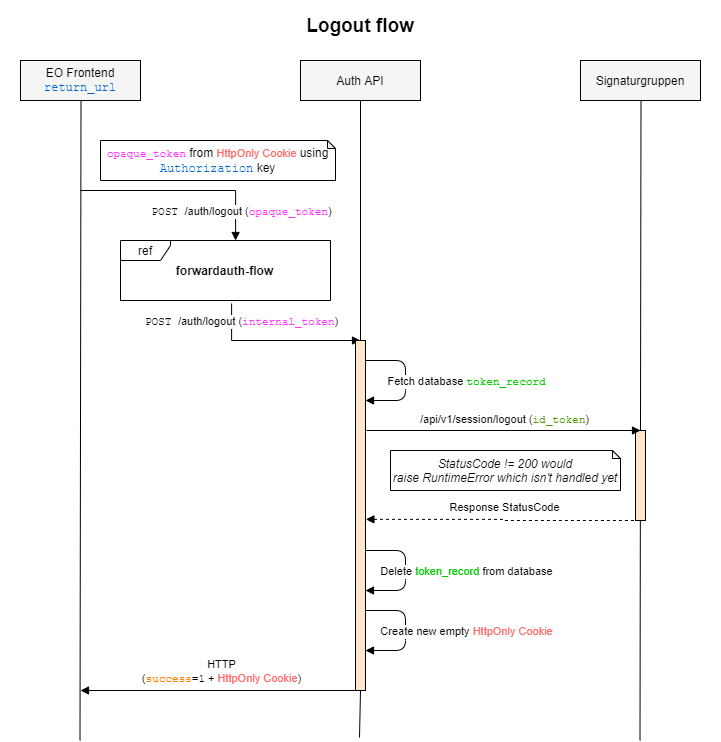
MartinSchmidt/eo-auth keeps this draw.io diagram as doc/diagrams/logout-flow.drawio.png. Above is the earlier version. Source tidied: cells renumbered, new cells last; positions are measured from the earlier drawing's top-left corner, leaving out a move shared by most shapes. The source it was exported from:
```xml
<mxGraphModel>
  <root>
    <mxCell id="0" />
    <mxCell id="1" parent="0" />
    <mxCell id="2" style="rounded=0;whiteSpace=wrap;html=1;labelBackgroundColor=none;fontFamily=Helvetica;fontColor=#00CCCC;strokeColor=none;fillColor=#FFFFFF;align=left;" parent="1" vertex="1">
      <mxGeometry width="720" height="740" as="geometry" />
    </mxCell>
    <mxCell id="3" value="Auth API" style="rounded=0;whiteSpace=wrap;html=1;fillColor=#F5F5F5;" parent="1" vertex="1">
      <mxGeometry x="300" y="60" width="120" height="40" as="geometry" />
    </mxCell>
    <mxCell id="4" style="rounded=0;jettySize=auto;html=1;exitX=0.5;exitY=1;exitDx=0;exitDy=0;strokeColor=default;endArrow=none;endFill=0;startArrow=none;" parent="1" edge="1" source="26">
      <mxGeometry relative="1" as="geometry">
        <mxPoint x="359" y="737" as="targetPoint" />
      </mxGeometry>
    </mxCell>
    <mxCell id="5" value="Signaturgruppen" style="rounded=0;whiteSpace=wrap;html=1;fillColor=#F5F5F5;" parent="1" vertex="1">
      <mxGeometry x="580" y="60" width="120" height="40" as="geometry" />
    </mxCell>
    <mxCell id="6" style="edgeStyle=orthogonalEdgeStyle;rounded=1;orthogonalLoop=1;jettySize=auto;html=1;endArrow=block;endFill=1;strokeColor=default;" parent="1" edge="1">
      <mxGeometry relative="1" as="geometry">
        <mxPoint x="365" y="360" as="sourcePoint" />
        <mxPoint x="365" y="400" as="targetPoint" />
        <Array as="points">
          <mxPoint x="405" y="360" />
          <mxPoint x="405" y="400" />
        </Array>
      </mxGeometry>
    </mxCell>
    <mxCell id="7" value="&lt;font face=&quot;Helvetica&quot;&gt;Fetch database &lt;/font&gt;&lt;font color=&quot;#00cc00&quot;&gt;token_record&lt;/font&gt;&lt;font face=&quot;Helvetica&quot;&gt;&lt;br&gt;&lt;/font&gt;" style="edgeLabel;html=1;align=center;verticalAlign=middle;fontFamily=Courier New;" parent="6" vertex="1">
      <mxGeometry x="0.18" y="3" relative="1" as="geometry">
        <mxPoint x="57" y="-11" as="offset" />
      </mxGeometry>
    </mxCell>
    <mxCell id="8" style="edgeStyle=orthogonalEdgeStyle;rounded=1;orthogonalLoop=1;jettySize=auto;html=1;endArrow=block;endFill=1;strokeColor=default;" parent="1" edge="1">
      <mxGeometry relative="1" as="geometry">
        <mxPoint x="365" y="550" as="sourcePoint" />
        <mxPoint x="365" y="590" as="targetPoint" />
        <Array as="points">
          <mxPoint x="405" y="550" />
          <mxPoint x="405" y="590" />
        </Array>
      </mxGeometry>
    </mxCell>
    <mxCell id="9" value="&lt;font face=&quot;Helvetica&quot;&gt;Delete &lt;font color=&quot;#00cc00&quot;&gt;token_record&lt;/font&gt; from database&lt;br&gt;&lt;/font&gt;" style="edgeLabel;html=1;align=center;verticalAlign=middle;fontFamily=Courier New;" parent="8" vertex="1">
      <mxGeometry x="0.18" y="3" relative="1" as="geometry">
        <mxPoint x="57" y="-11" as="offset" />
      </mxGeometry>
    </mxCell>
    <mxCell id="10" style="edgeStyle=orthogonalEdgeStyle;rounded=0;jettySize=auto;html=1;endArrow=block;endFill=1;strokeColor=default;entryX=0.548;entryY=0;entryDx=0;entryDy=0;entryPerimeter=0;" parent="1" edge="1" target="14">
      <mxGeometry relative="1" as="geometry">
        <mxPoint x="80" y="190" as="sourcePoint" />
      </mxGeometry>
    </mxCell>
    <mxCell id="11" value="&lt;font face=&quot;Courier New&quot;&gt;POST&amp;nbsp;&lt;/font&gt;/auth/logout (&lt;span style=&quot;color: rgb(255 , 51 , 255) ; font-family: &amp;#34;courier new&amp;#34;&quot;&gt;opaque_token&lt;/span&gt;)" style="edgeLabel;html=1;align=center;verticalAlign=middle;" parent="10" vertex="1">
      <mxGeometry x="-0.07" y="-1" relative="1" as="geometry">
        <mxPoint x="65" y="19" as="offset" />
      </mxGeometry>
    </mxCell>
    <mxCell id="12" value="&lt;span style=&quot;color: rgb(255 , 51 , 255) ; font-family: &amp;#34;courier new&amp;#34; ; font-size: 11px ; background-color: rgb(255 , 255 , 255)&quot;&gt;opaque_token&lt;/span&gt;&amp;nbsp;&lt;font color=&quot;#000000&quot;&gt;from&amp;nbsp;&lt;/font&gt;&lt;span style=&quot;color: rgb(255 , 102 , 102) ; font-size: 11px&quot;&gt;HttpOnly Cookie&amp;nbsp;&lt;/span&gt;&lt;font color=&quot;#000000&quot;&gt;using &lt;/font&gt;&lt;font color=&quot;#0066cc&quot;&gt;&lt;font face=&quot;Courier New&quot;&gt;Authorization&lt;/font&gt; &lt;/font&gt;&lt;font color=&quot;#000000&quot;&gt;key&lt;/font&gt;" style="shape=note;whiteSpace=wrap;html=1;backgroundOutline=1;darkOpacity=0.05;fontColor=#6666FF;size=8;" parent="1" vertex="1">
      <mxGeometry x="100" y="140" width="235" height="40" as="geometry" />
    </mxCell>
    <mxCell id="13" style="group;" parent="1" vertex="1">
      <mxGeometry x="120" y="240" width="210" height="60" as="geometry" />
    </mxCell>
    <mxCell id="14" value="&lt;font color=&quot;#000000&quot;&gt;ref&lt;/font&gt;" style="shape=umlFrame;whiteSpace=wrap;html=1;fontFamily=Helvetica;fontColor=#FF33FF;width=50;height=20;fontStyle=0;labelBackgroundColor=default;swimlaneFillColor=#ffffff;" parent="13" vertex="1">
      <mxGeometry width="210" height="60" as="geometry" />
    </mxCell>
    <mxCell id="15" value="forwardauth-flow" style="text;html=1;strokeColor=none;fillColor=none;align=center;verticalAlign=middle;whiteSpace=wrap;rounded=0;fontFamily=Helvetica;fontColor=#000000;fontStyle=1;" parent="13" vertex="1">
      <mxGeometry x="39.3" y="15" width="131.3" height="30" as="geometry" />
    </mxCell>
    <mxCell id="16" style="rounded=0;jettySize=auto;html=1;endArrow=block;endFill=1;strokeColor=default;exitX=0.529;exitY=1.05;exitDx=0;exitDy=0;exitPerimeter=0;edgeStyle=orthogonalEdgeStyle;" parent="1" edge="1" source="14">
      <mxGeometry relative="1" as="geometry">
        <mxPoint x="360" y="340" as="targetPoint" />
        <Array as="points">
          <mxPoint x="231" y="340" />
        </Array>
      </mxGeometry>
    </mxCell>
    <mxCell id="17" value="&lt;font face=&quot;Courier New&quot;&gt;POST&amp;nbsp;&lt;/font&gt;/auth/logout (&lt;span style=&quot;color: rgb(255 , 51 , 255) ; font-family: &amp;#34;courier new&amp;#34;&quot;&gt;internal_token&lt;/span&gt;)" style="edgeLabel;html=1;align=center;verticalAlign=middle;" parent="16" vertex="1">
      <mxGeometry x="-0.07" y="-1" relative="1" as="geometry">
        <mxPoint x="-31" y="-21" as="offset" />
      </mxGeometry>
    </mxCell>
    <mxCell id="18" value="&lt;font color=&quot;#000000&quot;&gt;&lt;i&gt;StatusCode != 200 would raise&amp;nbsp;RuntimeError which isn't handled yet&lt;/i&gt;&lt;/font&gt;" style="shape=note;whiteSpace=wrap;html=1;backgroundOutline=1;darkOpacity=0.05;fontColor=#6666FF;size=8;" parent="1" vertex="1">
      <mxGeometry x="390" y="450" width="230" height="40" as="geometry" />
    </mxCell>
    <mxCell id="19" style="edgeStyle=orthogonalEdgeStyle;rounded=1;orthogonalLoop=1;jettySize=auto;html=1;endArrow=block;endFill=1;strokeColor=default;" parent="1" edge="1">
      <mxGeometry relative="1" as="geometry">
        <mxPoint x="365" y="610" as="sourcePoint" />
        <mxPoint x="365" y="650" as="targetPoint" />
        <Array as="points">
          <mxPoint x="405" y="610" />
          <mxPoint x="405" y="650" />
        </Array>
      </mxGeometry>
    </mxCell>
    <mxCell id="20" value="&lt;font face=&quot;Helvetica&quot;&gt;Create new empty&amp;nbsp;&lt;/font&gt;&lt;span style=&quot;color: rgb(255 , 102 , 102) ; font-family: &amp;#34;helvetica&amp;#34;&quot;&gt;HttpOnly Cookie&lt;/span&gt;&lt;font face=&quot;Helvetica&quot;&gt;&lt;br&gt;&lt;/font&gt;" style="edgeLabel;html=1;align=center;verticalAlign=middle;fontFamily=Courier New;" parent="19" vertex="1">
      <mxGeometry x="0.18" y="3" relative="1" as="geometry">
        <mxPoint x="57" y="-11" as="offset" />
      </mxGeometry>
    </mxCell>
    <mxCell id="21" value="&lt;div&gt;EO Frontend&lt;/div&gt;&lt;div&gt;&lt;font face=&quot;Courier New&quot; color=&quot;#0066CC&quot;&gt;return_url&lt;/font&gt;&lt;/div&gt;" style="rounded=0;whiteSpace=wrap;html=1;fillColor=#F5F5F5;" parent="1" vertex="1">
      <mxGeometry x="20" y="60" width="120" height="40" as="geometry" />
    </mxCell>
    <mxCell id="22" style="edgeStyle=orthogonalEdgeStyle;rounded=0;orthogonalLoop=1;jettySize=auto;html=1;fontFamily=Courier New;endArrow=none;endFill=0;strokeColor=default;startArrow=block;startFill=1;" parent="1" edge="1">
      <mxGeometry relative="1" as="geometry">
        <mxPoint x="80" y="690" as="sourcePoint" />
        <mxPoint x="360" y="690" as="targetPoint" />
      </mxGeometry>
    </mxCell>
    <mxCell id="23" value="&lt;div&gt;&lt;font face=&quot;Helvetica&quot;&gt;HTTP&lt;/font&gt;&lt;/div&gt;&lt;div&gt;&lt;font face=&quot;Helvetica&quot;&gt;(&lt;font face=&quot;Courier New&quot;&gt;&lt;font color=&quot;#FF8000&quot;&gt;success&lt;/font&gt;=1&lt;font face=&quot;Helvetica&quot;&gt;&amp;nbsp;+ &lt;font color=&quot;#ff6666&quot;&gt;HttpOnly Cookie&lt;/font&gt;&lt;/font&gt;&lt;/font&gt;)&lt;/font&gt;&lt;/div&gt;" style="edgeLabel;html=1;align=center;verticalAlign=middle;fontFamily=Courier New;labelBackgroundColor=none;" parent="22" vertex="1">
      <mxGeometry x="-0.09" y="1" relative="1" as="geometry">
        <mxPoint x="13" y="-19" as="offset" />
      </mxGeometry>
    </mxCell>
    <mxCell id="24" style="rounded=0;orthogonalLoop=1;jettySize=auto;html=1;exitX=0.5;exitY=1;exitDx=0;exitDy=0;strokeColor=default;endArrow=none;endFill=0;startArrow=none;" parent="1" edge="1">
      <mxGeometry relative="1" as="geometry">
        <mxPoint x="640.5" y="100" as="sourcePoint" />
        <mxPoint x="639.5" y="740" as="targetPoint" />
      </mxGeometry>
    </mxCell>
    <mxCell id="25" style="rounded=0;orthogonalLoop=1;jettySize=auto;html=1;exitX=0.5;exitY=1;exitDx=0;exitDy=0;strokeColor=default;endArrow=none;endFill=0;startArrow=none;" parent="1" edge="1">
      <mxGeometry relative="1" as="geometry">
        <mxPoint x="80.5" y="100" as="sourcePoint" />
        <mxPoint x="79.5" y="740" as="targetPoint" />
      </mxGeometry>
    </mxCell>
    <mxCell id="26" style="rounded=0;whiteSpace=wrap;html=1;labelBackgroundColor=none;fontFamily=Courier New;fontColor=#4D9900;strokeColor=#000000;fillColor=#FFE6CC;align=left;" parent="1" vertex="1">
      <mxGeometry x="355" y="340" width="10" height="350" as="geometry" />
    </mxCell>
    <mxCell id="27" style="rounded=0;jettySize=auto;html=1;exitX=0.5;exitY=1;exitDx=0;exitDy=0;strokeColor=default;endArrow=none;endFill=0;startArrow=none;" parent="1" edge="1" source="3" target="26">
      <mxGeometry relative="1" as="geometry" />
    </mxCell>
    <mxCell id="28" style="rounded=0;whiteSpace=wrap;html=1;labelBackgroundColor=none;fontFamily=Courier New;fontColor=#4D9900;strokeColor=#000000;fillColor=#FFE6CC;align=left;" parent="1" vertex="1">
      <mxGeometry x="635" y="430" width="10" height="90" as="geometry" />
    </mxCell>
    <mxCell id="29" style="edgeStyle=orthogonalEdgeStyle;rounded=0;jettySize=auto;html=1;fontFamily=Courier New;endArrow=none;endFill=0;strokeColor=default;startArrow=block;startFill=1;dashed=1;exitX=1.038;exitY=0.511;exitDx=0;exitDy=0;exitPerimeter=0;" parent="1" edge="1" source="26">
      <mxGeometry relative="1" as="geometry">
        <mxPoint x="640" y="520" as="targetPoint" />
      </mxGeometry>
    </mxCell>
    <mxCell id="30" value="&lt;font face=&quot;Helvetica&quot;&gt;Response StatusCode&lt;/font&gt;" style="edgeLabel;html=1;align=center;verticalAlign=middle;fontFamily=Courier New;labelBackgroundColor=none;" parent="29" vertex="1">
      <mxGeometry x="-0.09" y="1" relative="1" as="geometry">
        <mxPoint x="13" y="-11" as="offset" />
      </mxGeometry>
    </mxCell>
    <mxCell id="31" style="edgeStyle=orthogonalEdgeStyle;rounded=0;orthogonalLoop=1;jettySize=auto;html=1;fontFamily=Courier New;endArrow=block;endFill=1;strokeColor=default;" parent="1" edge="1">
      <mxGeometry relative="1" as="geometry">
        <mxPoint x="366" y="430" as="sourcePoint" />
        <mxPoint x="640" y="430" as="targetPoint" />
      </mxGeometry>
    </mxCell>
    <mxCell id="32" value="&lt;font face=&quot;Helvetica&quot;&gt;/api/v1/session/logout&amp;nbsp;(&lt;/font&gt;&lt;font color=&quot;#4d9900&quot;&gt;id_token&lt;/font&gt;&lt;font face=&quot;Helvetica&quot;&gt;)&lt;/font&gt;" style="edgeLabel;html=1;align=center;verticalAlign=middle;fontFamily=Courier New;labelBackgroundColor=none;" parent="31" vertex="1">
      <mxGeometry x="-0.09" y="1" relative="1" as="geometry">
        <mxPoint x="13" y="-11" as="offset" />
      </mxGeometry>
    </mxCell>
    <mxCell id="33" value="Logout flow" style="text;html=1;strokeColor=none;fillColor=none;align=center;verticalAlign=middle;whiteSpace=wrap;rounded=0;labelBackgroundColor=none;fontFamily=Helvetica;fontColor=#000000;fontStyle=1;fontSize=19;" parent="1" vertex="1">
      <mxGeometry x="290" y="10" width="140" height="30" as="geometry" />
    </mxCell>
  </root>
</mxGraphModel>
```
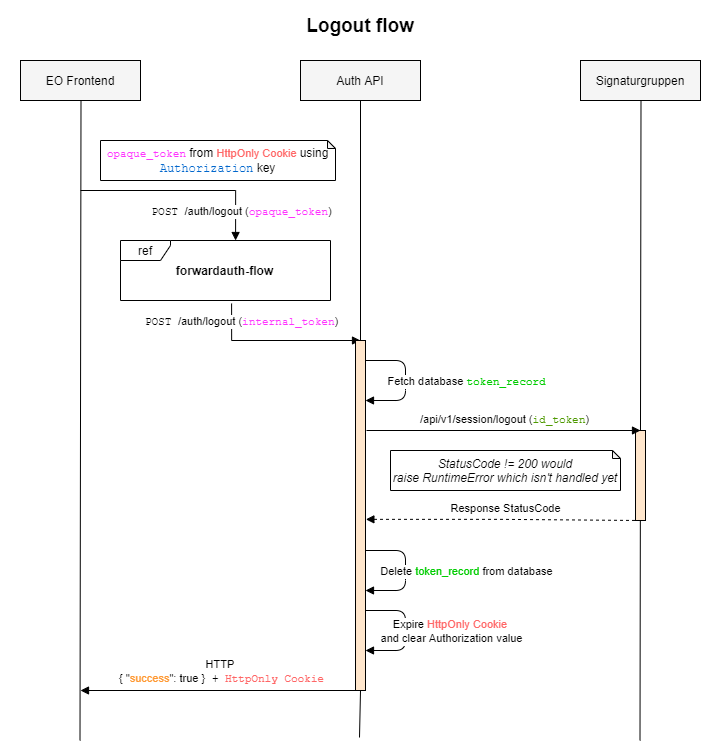
After the change.

What changed in the source:
```diff
@@ -94,12 +94,12 @@
         </Array>
       </mxGeometry>
     </mxCell>
-    <mxCell id="20" value="&lt;font face=&quot;Helvetica&quot;&gt;Create new empty&amp;nbsp;&lt;/font&gt;&lt;span style=&quot;color: rgb(255 , 102 , 102) ; font-family: &amp;#34;helvetica&amp;#34;&quot;&gt;HttpOnly Cookie&lt;/span&gt;&lt;font face=&quot;Helvetica&quot;&gt;&lt;br&gt;&lt;/font&gt;" style="edgeLabel;html=1;align=center;verticalAlign=middle;fontFamily=Courier New;" parent="19" vertex="1">
+    <mxCell id="20" value="&lt;font face=&quot;Helvetica&quot;&gt;Expire&amp;nbsp;&lt;/font&gt;&lt;span style=&quot;color: rgb(255 , 102 , 102) ; font-family: &amp;#34;helvetica&amp;#34;&quot;&gt;HttpOnly Cookie&lt;/span&gt;&lt;font face=&quot;Helvetica&quot;&gt;&amp;nbsp;&lt;br&gt;and clear Authorization value&lt;br&gt;&lt;/font&gt;" style="edgeLabel;html=1;align=center;verticalAlign=middle;fontFamily=Courier New;" parent="19" vertex="1">
       <mxGeometry x="0.18" y="3" relative="1" as="geometry">
-        <mxPoint x="57" y="-11" as="offset" />
+        <mxPoint x="42" y="-11" as="offset" />
       </mxGeometry>
     </mxCell>
-    <mxCell id="21" value="&lt;div&gt;EO Frontend&lt;/div&gt;&lt;div&gt;&lt;font face=&quot;Courier New&quot; color=&quot;#0066CC&quot;&gt;return_url&lt;/font&gt;&lt;/div&gt;" style="rounded=0;whiteSpace=wrap;html=1;fillColor=#F5F5F5;" parent="1" vertex="1">
+    <mxCell id="21" value="&lt;div&gt;EO Frontend&lt;/div&gt;" style="rounded=0;whiteSpace=wrap;html=1;fillColor=#F5F5F5;" parent="1" vertex="1">
       <mxGeometry x="20" y="60" width="120" height="40" as="geometry" />
     </mxCell>
     <mxCell id="22" style="edgeStyle=orthogonalEdgeStyle;rounded=0;orthogonalLoop=1;jettySize=auto;html=1;fontFamily=Courier New;endArrow=none;endFill=0;strokeColor=default;startArrow=block;startFill=1;" parent="1" edge="1">
@@ -108,7 +108,7 @@
         <mxPoint x="360" y="690" as="targetPoint" />
       </mxGeometry>
     </mxCell>
-    <mxCell id="23" value="&lt;div&gt;&lt;font face=&quot;Helvetica&quot;&gt;HTTP&lt;/font&gt;&lt;/div&gt;&lt;div&gt;&lt;font face=&quot;Helvetica&quot;&gt;(&lt;font face=&quot;Courier New&quot;&gt;&lt;font color=&quot;#FF8000&quot;&gt;success&lt;/font&gt;=1&lt;font face=&quot;Helvetica&quot;&gt;&amp;nbsp;+ &lt;font color=&quot;#ff6666&quot;&gt;HttpOnly Cookie&lt;/font&gt;&lt;/font&gt;&lt;/font&gt;)&lt;/font&gt;&lt;/div&gt;" style="edgeLabel;html=1;align=center;verticalAlign=middle;fontFamily=Courier New;labelBackgroundColor=none;" parent="22" vertex="1">
+    <mxCell id="23" value="&lt;div&gt;&lt;font face=&quot;Helvetica&quot;&gt;HTTP&lt;/font&gt;&lt;span style=&quot;font-family: &amp;#34;helvetica&amp;#34;&quot;&gt;&amp;nbsp;&lt;/span&gt;&lt;/div&gt;&lt;font face=&quot;Helvetica&quot;&gt;{ &quot;&lt;font color=&quot;#ff9933&quot;&gt;success&lt;/font&gt;&quot;: true }&lt;/font&gt;&lt;font&gt;&amp;nbsp;+ &lt;font color=&quot;#ff6666&quot;&gt;HttpOnly Cookie&lt;/font&gt;&lt;/font&gt;&lt;font face=&quot;Helvetica&quot;&gt;&lt;br&gt;&lt;/font&gt;" style="edgeLabel;html=1;align=center;verticalAlign=middle;fontFamily=Courier New;labelBackgroundColor=none;" parent="22" vertex="1">
       <mxGeometry x="-0.09" y="1" relative="1" as="geometry">
         <mxPoint x="13" y="-19" as="offset" />
       </mxGeometry>
```
